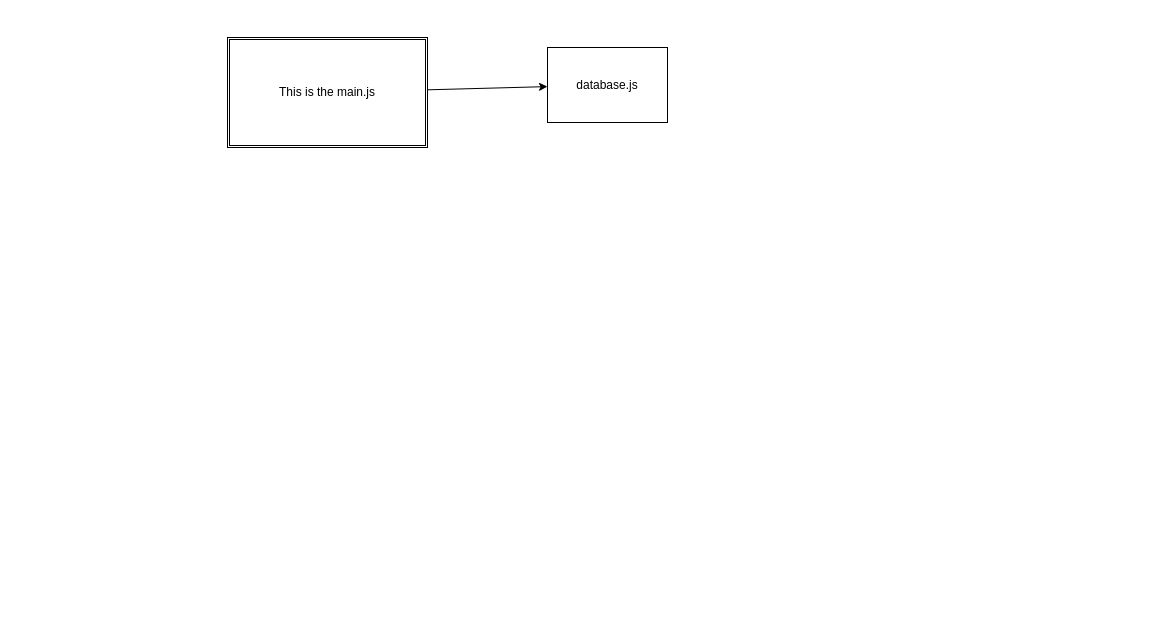
This is test.drawio from Kayce-Bracewell/martins-aquarium, a draw.io file, before an edit. Source tidied: cells renumbered, new cells numbered last; positions are measured from the earlier drawing's top-left corner, leaving out a move shared by most shapes. Both pictures are drawn from the tidied source at 100%, with x=0, y=0 at pixel (227, 37).
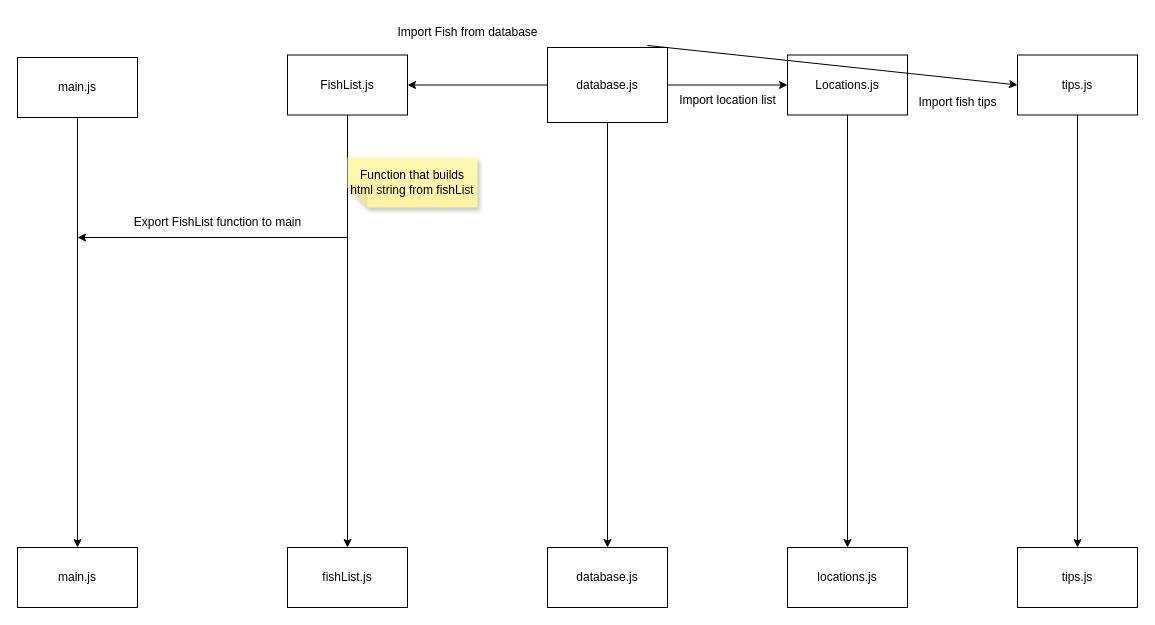
The same diagram, later.

Unchanged cells that the change refers to:
```xml
<mxCell id="4" value="database.js" style="whiteSpace=wrap;html=1;rounded=0;" parent="1" vertex="1">
  <mxGeometry x="320" y="10" width="120" height="75" as="geometry" />
</mxCell>
```

What changed in the source:
```diff
@@
-    <mxCell id="2" style="edgeStyle=none;html=1;" parent="1" edge="1" source="3" target="4">
-      <mxGeometry relative="1" as="geometry" />
-    </mxCell>
-    <mxCell id="3" value="This is the main.js&lt;br&gt;" style="shape=ext;double=1;rounded=0;whiteSpace=wrap;html=1;" parent="1" vertex="1">
-      <mxGeometry width="200" height="110" as="geometry" />
-    </mxCell>
+    <mxCell id="5" style="edgeStyle=none;html=1;" parent="1" edge="1" source="4" target="9">
+      <mxGeometry relative="1" as="geometry" />
+    </mxCell>
+    <mxCell id="6" style="edgeStyle=none;html=1;" parent="1" edge="1" source="4" target="11">
+      <mxGeometry relative="1" as="geometry" />
+    </mxCell>
+    <mxCell id="7" style="edgeStyle=none;html=1;strokeColor=default;" parent="1" edge="1" source="4" target="19">
+      <mxGeometry relative="1" as="geometry" />
+    </mxCell>
@@
+    <mxCell id="8" style="html=1;strokeColor=default;" parent="1" edge="1" source="9" target="18">
+      <mxGeometry relative="1" as="geometry" />
+    </mxCell>
+    <mxCell id="9" value="FishList.js" style="whiteSpace=wrap;html=1;rounded=0;" parent="1" vertex="1">
+      <mxGeometry x="60" y="17.5" width="120" height="60" as="geometry" />
+    </mxCell>
+    <mxCell id="10" style="edgeStyle=none;html=1;strokeColor=default;" parent="1" edge="1" source="11" target="20">
+      <mxGeometry relative="1" as="geometry" />
+    </mxCell>
+    <mxCell id="11" value="Locations.js" style="whiteSpace=wrap;html=1;rounded=0;" parent="1" vertex="1">
+      <mxGeometry x="560" y="17.5" width="120" height="60" as="geometry" />
+    </mxCell>
+    <mxCell id="12" style="edgeStyle=none;jettySize=auto;html=1;exitX=0.833;exitY=-0.027;exitDx=0;exitDy=0;exitPerimeter=0;entryX=0;entryY=0.5;entryDx=0;entryDy=0;" parent="1" edge="1" source="4" target="14">
+      <mxGeometry relative="1" as="geometry" />
+    </mxCell>
+    <mxCell id="13" style="edgeStyle=none;html=1;strokeColor=default;" parent="1" edge="1" source="14" target="21">
+      <mxGeometry relative="1" as="geometry" />
+    </mxCell>
+    <mxCell id="14" value="tips.js" style="whiteSpace=wrap;html=1;" parent="1" vertex="1">
+      <mxGeometry x="790" y="17.5" width="120" height="60" as="geometry" />
+    </mxCell>
+    <mxCell id="15" value="Import Fish from database" style="text;html=1;align=center;verticalAlign=middle;strokeColor=none;fillColor=none;" parent="1" vertex="1">
+      <mxGeometry x="160" y="-20" width="160" height="30" as="geometry" />
+    </mxCell>
+    <mxCell id="16" value="Import location list" style="text;html=1;align=center;verticalAlign=middle;strokeColor=none;fillColor=none;" parent="1" vertex="1">
+      <mxGeometry x="440" y="47.5" width="120" height="30" as="geometry" />
+    </mxCell>
+    <mxCell id="17" value="Import fish tips" style="text;html=1;align=center;verticalAlign=middle;strokeColor=none;fillColor=none;" parent="1" vertex="1">
+      <mxGeometry x="680" y="50" width="100" height="30" as="geometry" />
+    </mxCell>
+    <mxCell id="18" value="fishList.js" style="whiteSpace=wrap;html=1;rounded=0;" parent="1" vertex="1">
+      <mxGeometry x="60" y="510" width="120" height="60" as="geometry" />
+    </mxCell>
+    <mxCell id="19" value="database.js" style="whiteSpace=wrap;html=1;rounded=0;" parent="1" vertex="1">
+      <mxGeometry x="320" y="510" width="120" height="60" as="geometry" />
+    </mxCell>
+    <mxCell id="20" value="locations.js" style="whiteSpace=wrap;html=1;rounded=0;" parent="1" vertex="1">
+      <mxGeometry x="560" y="510" width="120" height="60" as="geometry" />
+    </mxCell>
+    <mxCell id="21" value="tips.js" style="whiteSpace=wrap;html=1;" parent="1" vertex="1">
+      <mxGeometry x="790" y="510" width="120" height="60" as="geometry" />
+    </mxCell>
+    <mxCell id="22" value="Function that builds html string from fishList" style="shape=note;whiteSpace=wrap;html=1;backgroundOutline=1;fontColor=#000000;darkOpacity=0.05;fillColor=#FFF9B2;strokeColor=none;fillStyle=solid;direction=west;gradientDirection=north;gradientColor=#FFF2A1;shadow=1;size=20;" parent="1" vertex="1">
+      <mxGeometry x="120" y="120" width="130" height="50" as="geometry" />
+    </mxCell>
+    <mxCell id="23" style="edgeStyle=none;html=1;strokeColor=default;" parent="1" edge="1" source="24" target="25">
+      <mxGeometry relative="1" as="geometry" />
+    </mxCell>
+    <mxCell id="24" value="main.js" style="whiteSpace=wrap;html=1;" parent="1" vertex="1">
+      <mxGeometry x="-210" y="20" width="120" height="60" as="geometry" />
+    </mxCell>
+    <mxCell id="25" value="main.js" style="whiteSpace=wrap;html=1;" parent="1" vertex="1">
+      <mxGeometry x="-210" y="510" width="120" height="60" as="geometry" />
+    </mxCell>
+    <mxCell id="26" style="edgeStyle=none;orthogonalLoop=1;jettySize=auto;html=1;strokeColor=default;" parent="1" edge="1">
+      <mxGeometry relative="1" as="geometry">
+        <mxPoint x="120" y="200" as="sourcePoint" />
+        <mxPoint x="-150" y="200" as="targetPoint" />
+      </mxGeometry>
+    </mxCell>
+    <mxCell id="27" value="Export FishList function to main" style="text;html=1;align=center;verticalAlign=middle;strokeColor=none;fillColor=none;" parent="1" vertex="1">
+      <mxGeometry x="-105" y="170" width="190" height="30" as="geometry" />
+    </mxCell>
```
